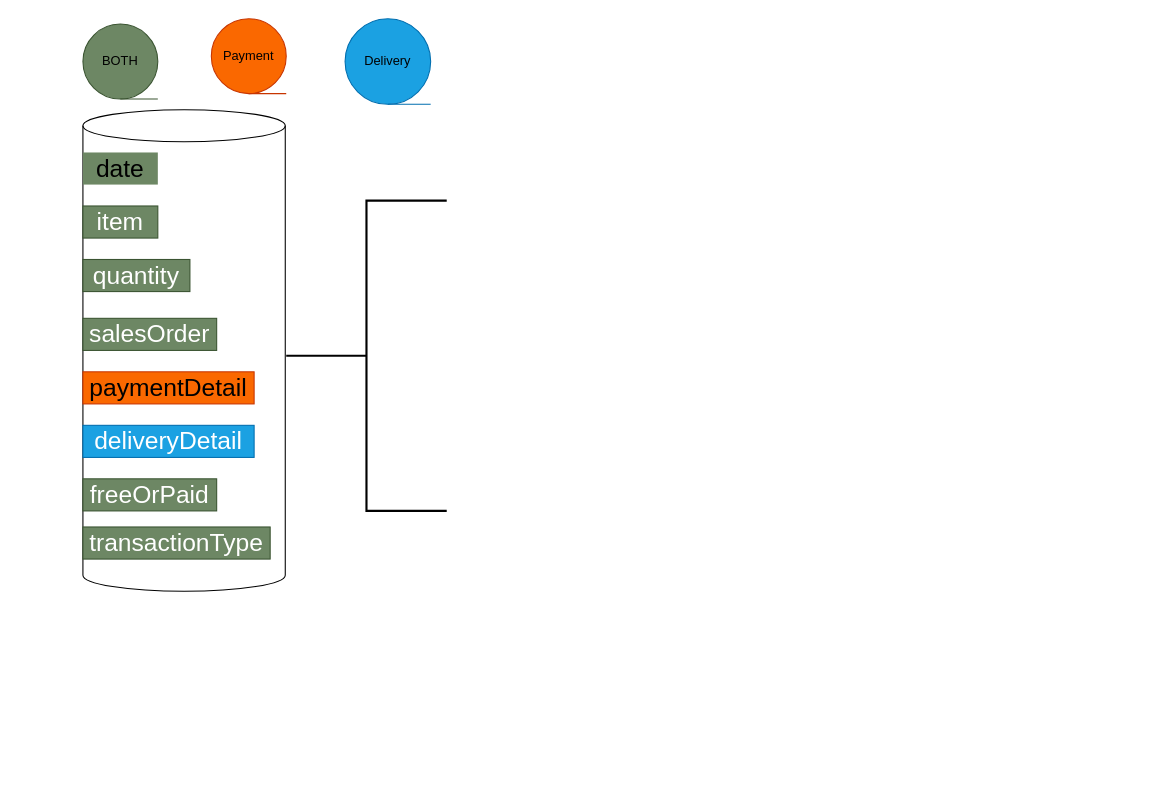
The draw.io diagram app/utils/Untitled Diagram.drawio in Yared-Samuel/PDCS-next.js, before the edit. Source tidied: cells renumbered, new cells numbered last; positions are measured from the earlier drawing's top-left corner, leaving out a move shared by most shapes. Both pictures are drawn from the tidied source at 107%, with x=0, y=0 at pixel (82, 18).
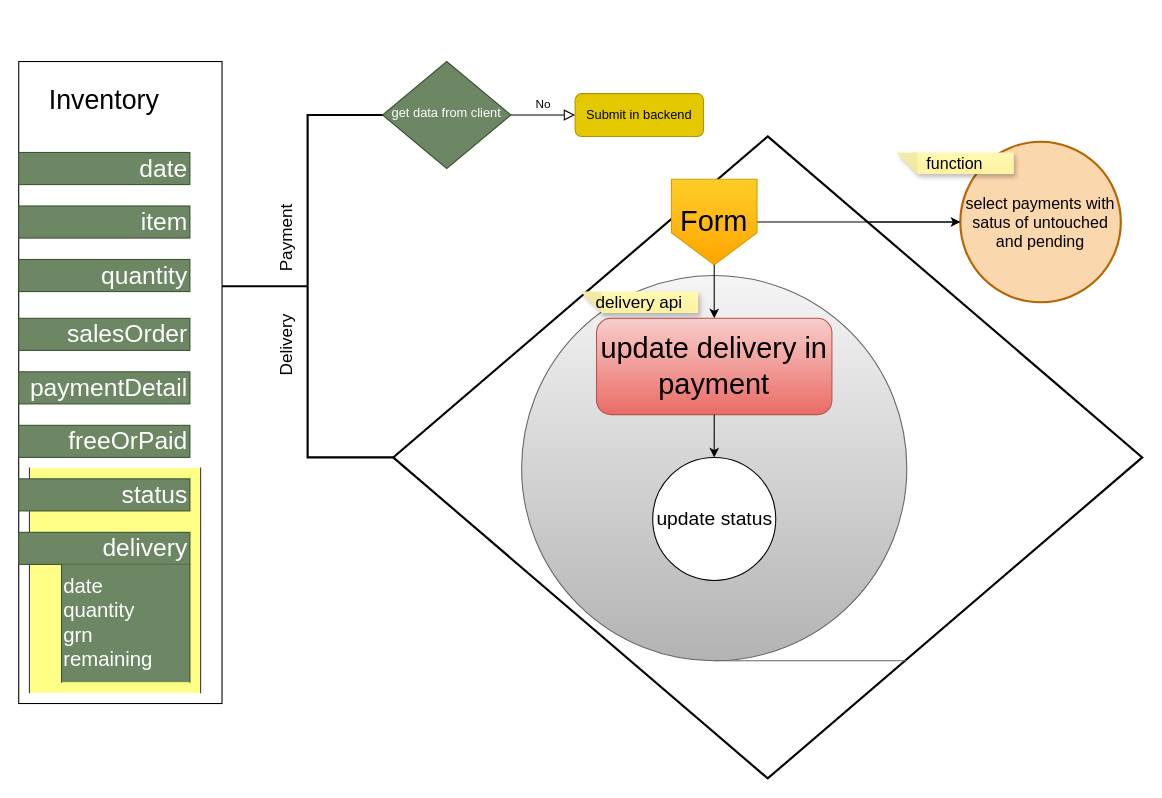
The same page after the edit.

What changed in the source:
```diff
@@
-    <mxCell id="2" style="shape=cylinder3;whiteSpace=wrap;html=1;boundedLbl=1;backgroundOutline=1;size=15;" parent="1" vertex="1">
-      <mxGeometry y="85" width="189.1" height="450" as="geometry" />
-    </mxCell>
+    <mxCell id="18" style="whiteSpace=wrap;html=1;" parent="1" vertex="1">
+      <mxGeometry x="-60" y="40" width="190" height="600" as="geometry" />
+    </mxCell>
-    <mxCell id="3" value="&lt;font style=&quot;font-size: 23px;&quot;&gt;date&lt;/font&gt;" style="text;strokeColor=none;align=center;fillColor=#6D8764;html=1;verticalAlign=middle;whiteSpace=wrap;rounded=0;perimeterSpacing=4;" parent="1" vertex="1">
-      <mxGeometry y="125" width="70" height="30" as="geometry" />
+    <mxCell id="3" value="&lt;font style=&quot;font-size: 23px;&quot;&gt;date&lt;/font&gt;" style="text;strokeColor=#3A5431;align=right;fillColor=#6d8764;html=1;verticalAlign=middle;whiteSpace=wrap;rounded=0;perimeterSpacing=4;fontColor=#ffffff;" parent="1" vertex="1">
+      <mxGeometry x="-60" y="125" width="160" height="30" as="geometry" />
     </mxCell>
-    <mxCell id="4" value="&lt;font style=&quot;font-size: 23px;&quot;&gt;item&lt;/font&gt;" style="text;strokeColor=#3A5431;align=center;fillColor=#6d8764;html=1;verticalAlign=middle;whiteSpace=wrap;rounded=0;perimeterSpacing=4;fontColor=#ffffff;" parent="1" vertex="1">
-      <mxGeometry y="175" width="70" height="30" as="geometry" />
+    <mxCell id="4" value="&lt;font style=&quot;font-size: 23px;&quot;&gt;item&lt;/font&gt;" style="text;strokeColor=#3A5431;align=right;fillColor=#6d8764;html=1;verticalAlign=middle;whiteSpace=wrap;rounded=0;perimeterSpacing=4;fontColor=#ffffff;" parent="1" vertex="1">
+      <mxGeometry x="-60" y="175" width="160" height="30" as="geometry" />
     </mxCell>
-    <mxCell id="5" value="&lt;font style=&quot;font-size: 23px;&quot;&gt;quantity&lt;/font&gt;" style="text;strokeColor=#3A5431;align=center;fillColor=#6d8764;html=1;verticalAlign=middle;whiteSpace=wrap;rounded=0;perimeterSpacing=4;fontColor=#ffffff;" parent="1" vertex="1">
-      <mxGeometry y="225" width="100" height="30" as="geometry" />
+    <mxCell id="5" value="&lt;font style=&quot;font-size: 23px;&quot;&gt;quantity&lt;/font&gt;" style="text;strokeColor=#3A5431;align=right;fillColor=#6d8764;html=1;verticalAlign=middle;whiteSpace=wrap;rounded=0;perimeterSpacing=4;fontColor=#ffffff;" parent="1" vertex="1">
+      <mxGeometry x="-60" y="225" width="160" height="30" as="geometry" />
     </mxCell>
-    <mxCell id="6" value="&lt;font style=&quot;font-size: 23px;&quot;&gt;salesOrder&lt;/font&gt;" style="text;strokeColor=#3A5431;align=center;fillColor=#6d8764;html=1;verticalAlign=middle;whiteSpace=wrap;rounded=0;perimeterSpacing=4;fontColor=#ffffff;" parent="1" vertex="1">
-      <mxGeometry y="280" width="125" height="30" as="geometry" />
+    <mxCell id="6" value="&lt;font style=&quot;font-size: 23px;&quot;&gt;salesOrder&lt;/font&gt;" style="text;strokeColor=#3A5431;align=right;fillColor=#6d8764;html=1;verticalAlign=middle;whiteSpace=wrap;rounded=0;perimeterSpacing=4;fontColor=#ffffff;" parent="1" vertex="1">
+      <mxGeometry x="-60" y="280" width="160" height="30" as="geometry" />
     </mxCell>
-    <mxCell id="7" value="&lt;font style=&quot;font-size: 23px;&quot;&gt;paymentDetail&lt;/font&gt;" style="text;strokeColor=#C73500;align=center;fillColor=#fa6800;html=1;verticalAlign=middle;whiteSpace=wrap;rounded=0;perimeterSpacing=4;fontColor=#000000;" parent="1" vertex="1">
-      <mxGeometry y="330" width="160" height="30" as="geometry" />
+    <mxCell id="7" value="&lt;font style=&quot;font-size: 23px;&quot;&gt;paymentDetail&lt;/font&gt;" style="text;strokeColor=#3A5431;align=right;fillColor=#6d8764;html=1;verticalAlign=middle;whiteSpace=wrap;rounded=0;perimeterSpacing=4;fontColor=#ffffff;" parent="1" vertex="1">
+      <mxGeometry x="-60" y="330" width="160" height="30" as="geometry" />
     </mxCell>
-    <mxCell id="8" value="&lt;font style=&quot;font-size: 23px;&quot;&gt;deliveryDetail&lt;/font&gt;" style="text;strokeColor=#006EAF;align=center;fillColor=#1ba1e2;html=1;verticalAlign=middle;whiteSpace=wrap;rounded=0;perimeterSpacing=4;fontColor=#ffffff;" parent="1" vertex="1">
-      <mxGeometry y="380" width="160" height="30" as="geometry" />
-    </mxCell>
-    <mxCell id="9" value="&lt;font style=&quot;font-size: 23px;&quot;&gt;freeOrPaid&lt;/font&gt;" style="text;strokeColor=#3A5431;align=center;fillColor=#6d8764;html=1;verticalAlign=middle;whiteSpace=wrap;rounded=0;perimeterSpacing=4;fontColor=#ffffff;" parent="1" vertex="1">
-      <mxGeometry y="430" width="125" height="30" as="geometry" />
+    <mxCell id="9" value="&lt;font style=&quot;font-size: 23px;&quot;&gt;freeOrPaid&lt;/font&gt;" style="text;strokeColor=#3A5431;align=right;fillColor=#6d8764;html=1;verticalAlign=middle;whiteSpace=wrap;rounded=0;perimeterSpacing=4;fontColor=#ffffff;" parent="1" vertex="1">
+      <mxGeometry x="-60" y="380" width="160" height="30" as="geometry" />
     </mxCell>
-    <mxCell id="10" value="&lt;font style=&quot;font-size: 23px;&quot;&gt;transactionType&lt;/font&gt;" style="text;strokeColor=#3A5431;align=center;fillColor=#6d8764;html=1;verticalAlign=middle;whiteSpace=wrap;rounded=0;perimeterSpacing=4;fontColor=#ffffff;" parent="1" vertex="1">
-      <mxGeometry y="475" width="175" height="30" as="geometry" />
-    </mxCell>
-    <mxCell id="11" style="shape=tapeData;whiteSpace=wrap;html=1;perimeter=ellipsePerimeter;fillColor=#6d8764;fontColor=#ffffff;strokeColor=#3A5431;" parent="1" vertex="1">
-      <mxGeometry y="5" width="70" height="70" as="geometry" />
-    </mxCell>
-    <mxCell id="12" style="shape=tapeData;whiteSpace=wrap;html=1;perimeter=ellipsePerimeter;fillColor=#fa6800;fontColor=#000000;strokeColor=#C73500;" parent="1" vertex="1">
-      <mxGeometry x="120" width="70" height="70" as="geometry" />
-    </mxCell>
-    <mxCell id="13" style="shape=tapeData;whiteSpace=wrap;html=1;perimeter=ellipsePerimeter;fillColor=#1ba1e2;fontColor=#ffffff;strokeColor=#006EAF;" parent="1" vertex="1">
-      <mxGeometry x="245" width="80" height="80" as="geometry" />
-    </mxCell>
-    <mxCell id="14" value="BOTH" style="text;strokeColor=none;align=center;fillColor=none;html=1;verticalAlign=middle;whiteSpace=wrap;rounded=0;" parent="1" vertex="1">
-      <mxGeometry x="5" y="25" width="60" height="30" as="geometry" />
+    <mxCell id="14" value="Inventory" style="text;strokeColor=none;align=center;fillColor=none;html=1;verticalAlign=middle;whiteSpace=wrap;rounded=0;fontSize=25;" parent="1" vertex="1">
+      <mxGeometry x="-50" y="60" width="140" height="30" as="geometry" />
     </mxCell>
+    <mxCell id="17" style="strokeWidth=2;html=1;shape=mxgraph.flowchart.annotation_2;align=left;labelPosition=right;" parent="1" vertex="1">
+      <mxGeometry x="130" y="90" width="160" height="320" as="geometry" />
+    </mxCell>
+    <mxCell id="19" value="No" style="edgeStyle=orthogonalEdgeStyle;rounded=0;html=1;jettySize=auto;fontSize=11;endArrow=block;endFill=0;endSize=8;strokeWidth=1;shadow=0;labelBackgroundColor=none;" parent="1" edge="1" source="20" target="21">
+      <mxGeometry y="10" relative="1" as="geometry" />
+    </mxCell>
+    <mxCell id="20" value="get data from client" style="rhombus;whiteSpace=wrap;html=1;shadow=0;fontFamily=Helvetica;fontSize=12;align=center;strokeWidth=1;spacing=6;spacingTop=-4;fillColor=#6d8764;fontColor=#ffffff;strokeColor=#3A5431;" parent="1" vertex="1">
+      <mxGeometry x="280" y="40" width="120" height="100" as="geometry" />
+    </mxCell>
+    <mxCell id="21" value="Submit in backend" style="rounded=1;whiteSpace=wrap;html=1;fontSize=12;glass=0;strokeWidth=1;shadow=0;fillColor=#e3c800;fontColor=#000000;strokeColor=#B09500;" parent="1" vertex="1">
+      <mxGeometry x="460" y="70" width="120" height="40" as="geometry" />
+    </mxCell>
-    <mxCell id="15" value="Payment" style="text;strokeColor=none;align=center;fillColor=none;html=1;verticalAlign=middle;whiteSpace=wrap;rounded=0;" parent="1" vertex="1">
-      <mxGeometry x="125" y="20" width="60" height="30" as="geometry" />
+    <mxCell id="15" value="&lt;font style=&quot;font-size: 16px;&quot;&gt;Payment&lt;/font&gt;" style="text;strokeColor=none;align=center;fillColor=none;html=1;verticalAlign=middle;whiteSpace=wrap;rounded=0;rotation=-90;" parent="1" vertex="1">
+      <mxGeometry x="160" y="190" width="60" height="30" as="geometry" />
     </mxCell>
-    <mxCell id="16" value="Delivery" style="text;strokeColor=none;align=center;fillColor=none;html=1;verticalAlign=middle;whiteSpace=wrap;rounded=0;" parent="1" vertex="1">
-      <mxGeometry x="255" y="25" width="60" height="30" as="geometry" />
+    <mxCell id="16" value="&lt;font style=&quot;font-size: 16px;&quot;&gt;Delivery&lt;/font&gt;" style="text;strokeColor=none;align=center;fillColor=none;html=1;verticalAlign=middle;whiteSpace=wrap;rounded=0;rotation=-90;" parent="1" vertex="1">
+      <mxGeometry x="160" y="290" width="60" height="30" as="geometry" />
     </mxCell>
-    <mxCell id="17" style="strokeWidth=2;html=1;shape=mxgraph.flowchart.annotation_2;align=left;labelPosition=right;" parent="1" vertex="1">
-      <mxGeometry x="190" y="170" width="150" height="290" as="geometry" />
-    </mxCell>
+    <mxCell id="22" style="edgeStyle=orthogonalEdgeStyle;rounded=0;jettySize=auto;html=1;" parent="1" edge="1" source="23" target="26">
+      <mxGeometry relative="1" as="geometry" />
+    </mxCell>
+    <mxCell id="23" value="&lt;span style=&quot;font-size: 15px;&quot;&gt;select payments with satus of untouched and pending&lt;/span&gt;" style="strokeWidth=2;html=1;shape=mxgraph.flowchart.start_2;whiteSpace=wrap;fillColor=#fad7ac;strokeColor=#b46504;" parent="1" vertex="1">
+      <mxGeometry x="820" y="115" width="150" height="150" as="geometry" />
+    </mxCell>
+    <mxCell id="24" style="strokeWidth=2;html=1;shape=mxgraph.flowchart.decision;whiteSpace=wrap;" parent="1" vertex="1">
+      <mxGeometry x="290" y="110" width="700" height="600" as="geometry" />
+    </mxCell>
+    <mxCell id="25" style="edgeStyle=orthogonalEdgeStyle;rounded=0;jettySize=auto;html=1;" parent="1" edge="1" source="26" target="23">
+      <mxGeometry relative="1" as="geometry" />
+    </mxCell>
+    <mxCell id="26" value="&lt;font style=&quot;font-size: 27px;&quot;&gt;Form&lt;/font&gt;" style="shape=offPageConnector;whiteSpace=wrap;html=1;fillColor=#ffcd28;gradientColor=#ffa500;strokeColor=#d79b00;" parent="1" vertex="1">
+      <mxGeometry x="550" y="150" width="80" height="80" as="geometry" />
+    </mxCell>
+    <mxCell id="27" style="shape=tapeData;whiteSpace=wrap;html=1;perimeter=ellipsePerimeter;fillColor=#f5f5f5;gradientColor=#b3b3b3;strokeColor=#666666;" parent="1" vertex="1">
+      <mxGeometry x="410" y="240" width="360" height="360" as="geometry" />
+    </mxCell>
+    <mxCell id="28" value="&lt;font style=&quot;font-size: 27px;&quot;&gt;update delivery in payment&lt;/font&gt;" style="rounded=1;whiteSpace=wrap;html=1;fillColor=#f8cecc;gradientColor=#ea6b66;strokeColor=#b85450;" parent="1" vertex="1">
+      <mxGeometry x="480" y="280" width="220" height="90" as="geometry" />
+    </mxCell>
+    <mxCell id="29" value="&lt;font style=&quot;font-size: 15px;&quot;&gt;function&lt;/font&gt;" style="shape=note;whiteSpace=wrap;html=1;backgroundOutline=1;fontColor=#000000;darkOpacity=0.05;fillColor=#FFF9B2;strokeColor=none;fillStyle=solid;direction=west;gradientDirection=north;gradientColor=#FFF2A1;shadow=1;size=20;" parent="1" vertex="1">
+      <mxGeometry x="760" y="125" width="110" height="20" as="geometry" />
+    </mxCell>
+    <mxCell id="30" value="&lt;font style=&quot;font-size: 18px;&quot;&gt;update status&lt;/font&gt;" style="ellipse;whiteSpace=wrap;html=1;rounded=1;" parent="1" vertex="1">
+      <mxGeometry x="532.5" y="410" width="115" height="115" as="geometry" />
+    </mxCell>
+    <mxCell id="31" style="edgeStyle=orthogonalEdgeStyle;rounded=0;jettySize=auto;html=1;" parent="1" edge="1" source="28" target="30">
+      <mxGeometry relative="1" as="geometry" />
+    </mxCell>
+    <mxCell id="32" style="edgeStyle=orthogonalEdgeStyle;rounded=0;jettySize=auto;html=1;" parent="1" edge="1" source="26" target="28">
+      <mxGeometry relative="1" as="geometry" />
+    </mxCell>
+    <mxCell id="33" style="shape=partialRectangle;whiteSpace=wrap;html=1;top=0;bottom=0;fillColor=#ffff88;strokeColor=#36393d;" parent="1" vertex="1">
+      <mxGeometry x="-50" y="420" width="160" height="210" as="geometry" />
+    </mxCell>
+    <mxCell id="34" value="&lt;font style=&quot;font-size: 16px;&quot;&gt;delivery api&lt;/font&gt;" style="shape=note;whiteSpace=wrap;html=1;backgroundOutline=1;fontColor=#000000;darkOpacity=0.05;fillColor=#FFF9B2;strokeColor=none;fillStyle=solid;direction=west;gradientDirection=north;gradientColor=#FFF2A1;shadow=1;size=20;" parent="1" vertex="1">
+      <mxGeometry x="465" y="255" width="110" height="20" as="geometry" />
+    </mxCell>
+    <mxCell id="35" value="&lt;font style=&quot;font-size: 23px;&quot;&gt;delivery&lt;/font&gt;" style="text;strokeColor=#3A5431;align=right;fillColor=#6d8764;html=1;verticalAlign=middle;whiteSpace=wrap;rounded=0;perimeterSpacing=4;fontColor=#ffffff;" parent="1" vertex="1">
+      <mxGeometry x="-60" y="480" width="160" height="30" as="geometry" />
+    </mxCell>
+    <mxCell id="36" value="&lt;font style=&quot;font-size: 19px;&quot;&gt;date&lt;/font&gt;&lt;div style=&quot;font-size: 19px;&quot;&gt;&lt;font style=&quot;font-size: 19px;&quot;&gt;quantity&lt;/font&gt;&lt;/div&gt;&lt;div style=&quot;font-size: 19px;&quot;&gt;&lt;font style=&quot;font-size: 19px;&quot;&gt;grn&lt;/font&gt;&lt;/div&gt;&lt;div style=&quot;font-size: 19px;&quot;&gt;&lt;font style=&quot;font-size: 19px;&quot;&gt;remaining&lt;/font&gt;&lt;/div&gt;" style="shape=partialRectangle;whiteSpace=wrap;html=1;top=0;bottom=0;fillColor=#6d8764;fontColor=#ffffff;strokeColor=#3A5431;align=left;" parent="1" vertex="1">
+      <mxGeometry x="-20" y="510" width="120" height="110" as="geometry" />
+    </mxCell>
+    <mxCell id="8" value="&lt;font style=&quot;font-size: 23px;&quot;&gt;status&lt;/font&gt;" style="text;strokeColor=#3A5431;align=right;fillColor=#6d8764;html=1;verticalAlign=middle;whiteSpace=wrap;rounded=0;perimeterSpacing=4;fontColor=#ffffff;" parent="1" vertex="1">
+      <mxGeometry x="-60" y="430" width="160" height="30" as="geometry" />
+    </mxCell>
```
